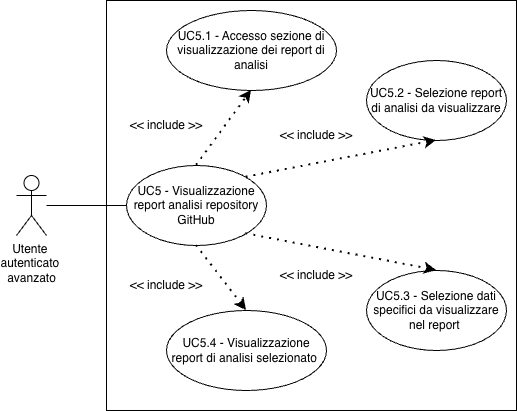
SkarabGroup/DocumentazioneProgetto keeps this draw.io diagram as assets/diagrams/UC5.png. Above is the earlier version. Source tidied: cells renumbered, new cells last; positions are measured from the earlier drawing's top-left corner, leaving out a move shared by most shapes. The source it was exported from:
```xml
<mxGraphModel>
  <root>
    <mxCell id="0" />
    <mxCell id="1" parent="0" />
    <mxCell id="2" style="rounded=0;whiteSpace=wrap;html=1;" parent="1" vertex="1">
      <mxGeometry x="90" width="410" height="410" as="geometry" />
    </mxCell>
    <mxCell id="3" value="Utente&amp;nbsp;&lt;div&gt;autenticato&amp;nbsp;&lt;div&gt;avanzato&lt;/div&gt;&lt;/div&gt;" style="shape=umlActor;verticalLabelPosition=bottom;verticalAlign=top;html=1;outlineConnect=0;" parent="1" vertex="1">
      <mxGeometry y="175" width="30" height="60" as="geometry" />
    </mxCell>
    <mxCell id="4" value="UC5 - Visualizzazione report analisi repository GitHub" style="ellipse;whiteSpace=wrap;html=1;" parent="1" vertex="1">
      <mxGeometry x="110" y="165" width="140" height="80" as="geometry" />
    </mxCell>
    <mxCell id="5" style="endArrow=none;html=1;rounded=0;entryX=0;entryY=0.5;entryDx=0;entryDy=0;" parent="1" edge="1" source="3" target="4">
      <mxGeometry relative="1" as="geometry" />
    </mxCell>
    <mxCell id="6" value="UC5.3 - Selezione dati specifici da visualizzare nel report&amp;nbsp;" style="ellipse;whiteSpace=wrap;html=1;" parent="1" vertex="1">
      <mxGeometry x="350" y="270" width="140" height="80" as="geometry" />
    </mxCell>
    <mxCell id="7" style="endArrow=classic;dashed=1;html=1;dashPattern=1 3;strokeWidth=2;rounded=0;entryX=0.5;entryY=0;entryDx=0;entryDy=0;exitX=1;exitY=1;exitDx=0;exitDy=0;endFill=1;" parent="1" edge="1" source="4" target="6">
      <mxGeometry relative="1" as="geometry" />
    </mxCell>
    <mxCell id="8" value="UC5.2 - Selezione report di analisi da visualizzare" style="ellipse;whiteSpace=wrap;html=1;" parent="1" vertex="1">
      <mxGeometry x="350" y="60" width="140" height="80" as="geometry" />
    </mxCell>
    <mxCell id="9" style="endArrow=classic;dashed=1;html=1;dashPattern=1 3;strokeWidth=2;rounded=0;exitX=1;exitY=0;exitDx=0;exitDy=0;entryX=0.5;entryY=1;entryDx=0;entryDy=0;startArrow=none;startFill=0;endFill=1;" parent="1" edge="1" source="4" target="8">
      <mxGeometry relative="1" as="geometry" />
    </mxCell>
    <mxCell id="10" value="&amp;lt;&amp;lt; include &amp;gt;&amp;gt;" style="text;html=1;whiteSpace=wrap;strokeColor=none;fillColor=none;align=center;verticalAlign=middle;rounded=0;" parent="1" vertex="1">
      <mxGeometry x="260" y="120" width="80" height="30" as="geometry" />
    </mxCell>
    <mxCell id="11" value="&amp;lt;&amp;lt; include &amp;gt;&amp;gt;" style="text;html=1;whiteSpace=wrap;strokeColor=none;fillColor=none;align=center;verticalAlign=middle;rounded=0;" parent="1" vertex="1">
      <mxGeometry x="260" y="260" width="80" height="30" as="geometry" />
    </mxCell>
    <mxCell id="12" value="UC5.1 - Accesso sezione di visualizzazione dei report di analisi" style="ellipse;whiteSpace=wrap;html=1;" parent="1" vertex="1">
      <mxGeometry x="150" y="10" width="170" height="80" as="geometry" />
    </mxCell>
    <mxCell id="13" style="endArrow=classic;dashed=1;html=1;dashPattern=1 3;strokeWidth=2;rounded=0;exitX=0.5;exitY=0;exitDx=0;exitDy=0;entryX=0.5;entryY=1;entryDx=0;entryDy=0;endFill=1;" parent="1" edge="1" source="4" target="12">
      <mxGeometry relative="1" as="geometry" />
    </mxCell>
    <mxCell id="14" value="UC5.4 - Visualizzazione report di analisi selezionato&amp;nbsp;" style="ellipse;whiteSpace=wrap;html=1;" parent="1" vertex="1">
      <mxGeometry x="150" y="310" width="160" height="80" as="geometry" />
    </mxCell>
    <mxCell id="15" style="endArrow=none;dashed=1;html=1;dashPattern=1 3;strokeWidth=2;rounded=0;entryX=0.5;entryY=1;entryDx=0;entryDy=0;exitX=0.5;exitY=0;exitDx=0;exitDy=0;endFill=0;startArrow=classic;startFill=1;" parent="1" edge="1" source="14" target="4">
      <mxGeometry relative="1" as="geometry" />
    </mxCell>
    <mxCell id="16" value="&amp;lt;&amp;lt; include &amp;gt;&amp;gt;" style="text;html=1;whiteSpace=wrap;strokeColor=none;fillColor=none;align=center;verticalAlign=middle;rounded=0;" parent="1" vertex="1">
      <mxGeometry x="110" y="110" width="80" height="30" as="geometry" />
    </mxCell>
    <mxCell id="17" value="&amp;lt;&amp;lt; include &amp;gt;&amp;gt;" style="text;html=1;whiteSpace=wrap;strokeColor=none;fillColor=none;align=center;verticalAlign=middle;rounded=0;" parent="1" vertex="1">
      <mxGeometry x="110" y="270" width="80" height="30" as="geometry" />
    </mxCell>
  </root>
</mxGraphModel>
```
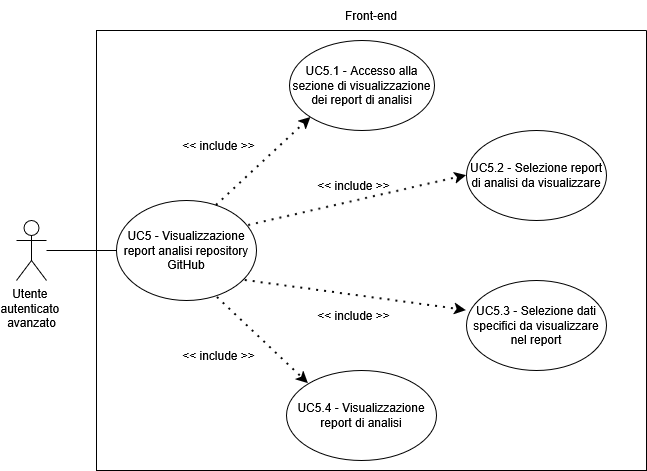
Later version of the same file.

What changed in the source:
```diff
@@ -2,53 +2,56 @@
   <root>
     <mxCell id="0" />
     <mxCell id="1" parent="0" />
-    <mxCell id="2" style="rounded=0;whiteSpace=wrap;html=1;" parent="1" vertex="1">
-      <mxGeometry x="90" width="410" height="410" as="geometry" />
-    </mxCell>
-    <mxCell id="3" value="Utente&amp;nbsp;&lt;div&gt;autenticato&amp;nbsp;&lt;div&gt;avanzato&lt;/div&gt;&lt;/div&gt;" style="shape=umlActor;verticalLabelPosition=bottom;verticalAlign=top;html=1;outlineConnect=0;" parent="1" vertex="1">
+    <mxCell id="3" value="&lt;div&gt;Utente&amp;nbsp;&lt;/div&gt;&lt;div&gt;autenticato&amp;nbsp;&lt;/div&gt;&lt;div&gt;avanzato&lt;/div&gt;" style="shape=umlActor;verticalLabelPosition=bottom;verticalAlign=top;html=1;outlineConnect=0;" parent="1" vertex="1">
       <mxGeometry y="175" width="30" height="60" as="geometry" />
     </mxCell>
+    <mxCell id="18" style="swimlane;startSize=0;" parent="1" vertex="1">
+      <mxGeometry x="80" y="-15" width="550" height="440" as="geometry" />
+    </mxCell>
-    <mxCell id="4" value="UC5 - Visualizzazione report analisi repository GitHub" style="ellipse;whiteSpace=wrap;html=1;" parent="1" vertex="1">
-      <mxGeometry x="110" y="165" width="140" height="80" as="geometry" />
+    <mxCell id="4" value="UC5 - Visualizzazione report analisi repository GitHub" style="ellipse;whiteSpace=wrap;html=1;" parent="18" vertex="1">
+      <mxGeometry x="20" y="170" width="140" height="100" as="geometry" />
     </mxCell>
-    <mxCell id="5" style="endArrow=none;html=1;rounded=0;entryX=0;entryY=0.5;entryDx=0;entryDy=0;" parent="1" edge="1" source="3" target="4">
-      <mxGeometry relative="1" as="geometry" />
-    </mxCell>
+    <mxCell id="19" value="UC5.1 - Accesso alla sezione di visualizzazione dei report di analisi" style="ellipse;whiteSpace=wrap;html=1;" parent="18" vertex="1">
+      <mxGeometry x="193" y="10" width="145" height="90" as="geometry" />
+    </mxCell>
+    <mxCell id="20" style="endArrow=classic;dashed=1;html=1;dashPattern=1 3;strokeWidth=2;rounded=0;entryX=0;entryY=1;entryDx=0;entryDy=0;strokeColor=default;curved=0;endFill=1;endSize=6;exitX=0.714;exitY=0.05;exitDx=0;exitDy=0;exitPerimeter=0;" parent="18" edge="1" source="4" target="19">
+      <mxGeometry relative="1" as="geometry" />
+    </mxCell>
+    <mxCell id="21" value="&amp;lt;&amp;lt; include &amp;gt;&amp;gt;" style="text;html=1;whiteSpace=wrap;strokeColor=none;fillColor=none;align=center;verticalAlign=middle;rounded=0;" parent="18" vertex="1">
+      <mxGeometry x="210" y="140" width="95" height="30" as="geometry" />
+    </mxCell>
+    <mxCell id="8" value="UC5.2 - Selezione report di analisi da visualizzare" style="ellipse;whiteSpace=wrap;html=1;" parent="18" vertex="1">
+      <mxGeometry x="370" y="100" width="140" height="90" as="geometry" />
+    </mxCell>
+    <mxCell id="9" style="endArrow=classic;dashed=1;html=1;dashPattern=1 3;strokeWidth=2;rounded=0;entryX=0;entryY=0.5;entryDx=0;entryDy=0;exitX=0.944;exitY=0.25;exitDx=0;exitDy=0;strokeColor=default;curved=0;endFill=1;endSize=6;exitPerimeter=0;" parent="18" edge="1" source="4" target="8">
+      <mxGeometry relative="1" as="geometry" />
+    </mxCell>
+    <mxCell id="22" value="&amp;lt;&amp;lt; include &amp;gt;&amp;gt;" style="text;html=1;whiteSpace=wrap;strokeColor=none;fillColor=none;align=center;verticalAlign=middle;rounded=0;" parent="18" vertex="1">
+      <mxGeometry x="210" y="270" width="95" height="30" as="geometry" />
+    </mxCell>
-    <mxCell id="6" value="UC5.3 - Selezione dati specifici da visualizzare nel report&amp;nbsp;" style="ellipse;whiteSpace=wrap;html=1;" parent="1" vertex="1">
-      <mxGeometry x="350" y="270" width="140" height="80" as="geometry" />
+    <mxCell id="6" value="UC5.3 - Selezione dati specifici da visualizzare nel report" style="ellipse;whiteSpace=wrap;html=1;" parent="18" vertex="1">
+      <mxGeometry x="370" y="250" width="140" height="90" as="geometry" />
     </mxCell>
-    <mxCell id="7" style="endArrow=classic;dashed=1;html=1;dashPattern=1 3;strokeWidth=2;rounded=0;entryX=0.5;entryY=0;entryDx=0;entryDy=0;exitX=1;exitY=1;exitDx=0;exitDy=0;endFill=1;" parent="1" edge="1" source="4" target="6">
+    <mxCell id="7" style="endArrow=classic;dashed=1;html=1;dashPattern=1 3;strokeWidth=2;rounded=0;entryX=0;entryY=0.333;entryDx=0;entryDy=0;exitX=0.92;exitY=0.8;exitDx=0;exitDy=0;strokeColor=default;curved=0;endFill=1;endSize=6;entryPerimeter=0;exitPerimeter=0;" parent="18" edge="1" source="4" target="6">
       <mxGeometry relative="1" as="geometry" />
     </mxCell>
-    <mxCell id="8" value="UC5.2 - Selezione report di analisi da visualizzare" style="ellipse;whiteSpace=wrap;html=1;" parent="1" vertex="1">
-      <mxGeometry x="350" y="60" width="140" height="80" as="geometry" />
-    </mxCell>
-    <mxCell id="9" style="endArrow=classic;dashed=1;html=1;dashPattern=1 3;strokeWidth=2;rounded=0;exitX=1;exitY=0;exitDx=0;exitDy=0;entryX=0.5;entryY=1;entryDx=0;entryDy=0;startArrow=none;startFill=0;endFill=1;" parent="1" edge="1" source="4" target="8">
-      <mxGeometry relative="1" as="geometry" />
-    </mxCell>
-    <mxCell id="10" value="&amp;lt;&amp;lt; include &amp;gt;&amp;gt;" style="text;html=1;whiteSpace=wrap;strokeColor=none;fillColor=none;align=center;verticalAlign=middle;rounded=0;" parent="1" vertex="1">
-      <mxGeometry x="260" y="120" width="80" height="30" as="geometry" />
-    </mxCell>
-    <mxCell id="11" value="&amp;lt;&amp;lt; include &amp;gt;&amp;gt;" style="text;html=1;whiteSpace=wrap;strokeColor=none;fillColor=none;align=center;verticalAlign=middle;rounded=0;" parent="1" vertex="1">
-      <mxGeometry x="260" y="260" width="80" height="30" as="geometry" />
-    </mxCell>
-    <mxCell id="12" value="UC5.1 - Accesso sezione di visualizzazione dei report di analisi" style="ellipse;whiteSpace=wrap;html=1;" parent="1" vertex="1">
-      <mxGeometry x="150" y="10" width="170" height="80" as="geometry" />
-    </mxCell>
-    <mxCell id="13" style="endArrow=classic;dashed=1;html=1;dashPattern=1 3;strokeWidth=2;rounded=0;exitX=0.5;exitY=0;exitDx=0;exitDy=0;entryX=0.5;entryY=1;entryDx=0;entryDy=0;endFill=1;" parent="1" edge="1" source="4" target="12">
-      <mxGeometry relative="1" as="geometry" />
-    </mxCell>
-    <mxCell id="14" value="UC5.4 - Visualizzazione report di analisi selezionato&amp;nbsp;" style="ellipse;whiteSpace=wrap;html=1;" parent="1" vertex="1">
-      <mxGeometry x="150" y="310" width="160" height="80" as="geometry" />
-    </mxCell>
-    <mxCell id="15" style="endArrow=none;dashed=1;html=1;dashPattern=1 3;strokeWidth=2;rounded=0;entryX=0.5;entryY=1;entryDx=0;entryDy=0;exitX=0.5;exitY=0;exitDx=0;exitDy=0;endFill=0;startArrow=classic;startFill=1;" parent="1" edge="1" source="14" target="4">
-      <mxGeometry relative="1" as="geometry" />
-    </mxCell>
-    <mxCell id="16" value="&amp;lt;&amp;lt; include &amp;gt;&amp;gt;" style="text;html=1;whiteSpace=wrap;strokeColor=none;fillColor=none;align=center;verticalAlign=middle;rounded=0;" parent="1" vertex="1">
-      <mxGeometry x="110" y="110" width="80" height="30" as="geometry" />
-    </mxCell>
-    <mxCell id="17" value="&amp;lt;&amp;lt; include &amp;gt;&amp;gt;" style="text;html=1;whiteSpace=wrap;strokeColor=none;fillColor=none;align=center;verticalAlign=middle;rounded=0;" parent="1" vertex="1">
-      <mxGeometry x="110" y="270" width="80" height="30" as="geometry" />
-    </mxCell>
+    <mxCell id="23" value="&amp;lt;&amp;lt; include &amp;gt;&amp;gt;" style="text;html=1;whiteSpace=wrap;strokeColor=none;fillColor=none;align=center;verticalAlign=middle;rounded=0;" parent="18" vertex="1">
+      <mxGeometry x="75" y="100" width="95" height="30" as="geometry" />
+    </mxCell>
+    <mxCell id="24" value="&amp;lt;&amp;lt; include &amp;gt;&amp;gt;" style="text;html=1;whiteSpace=wrap;strokeColor=none;fillColor=none;align=center;verticalAlign=middle;rounded=0;" parent="18" vertex="1">
+      <mxGeometry x="75" y="310" width="95" height="30" as="geometry" />
+    </mxCell>
+    <mxCell id="25" value="UC5.4 - Visualizzazione report di analisi" style="ellipse;whiteSpace=wrap;html=1;" parent="18" vertex="1">
+      <mxGeometry x="190" y="340" width="150" height="90" as="geometry" />
+    </mxCell>
+    <mxCell id="26" style="endArrow=classic;dashed=1;html=1;dashPattern=1 3;strokeWidth=2;rounded=0;entryX=0;entryY=0;entryDx=0;entryDy=0;strokeColor=default;curved=0;endFill=1;endSize=6;exitX=0.721;exitY=0.97;exitDx=0;exitDy=0;exitPerimeter=0;" parent="18" edge="1" source="4" target="25">
+      <mxGeometry relative="1" as="geometry" />
+    </mxCell>
+    <mxCell id="5" style="endArrow=none;html=1;rounded=0;entryX=0;entryY=0.5;entryDx=0;entryDy=0;" parent="1" edge="1" source="3" target="4">
+      <mxGeometry relative="1" as="geometry" />
+    </mxCell>
+    <mxCell id="27" value="Front-end" style="text;html=1;whiteSpace=wrap;strokeColor=none;fillColor=none;align=center;verticalAlign=middle;rounded=0;" parent="1" vertex="1">
+      <mxGeometry x="315" y="-45" width="80" height="30" as="geometry" />
+    </mxCell>
   </root>
 </mxGraphModel>
```
